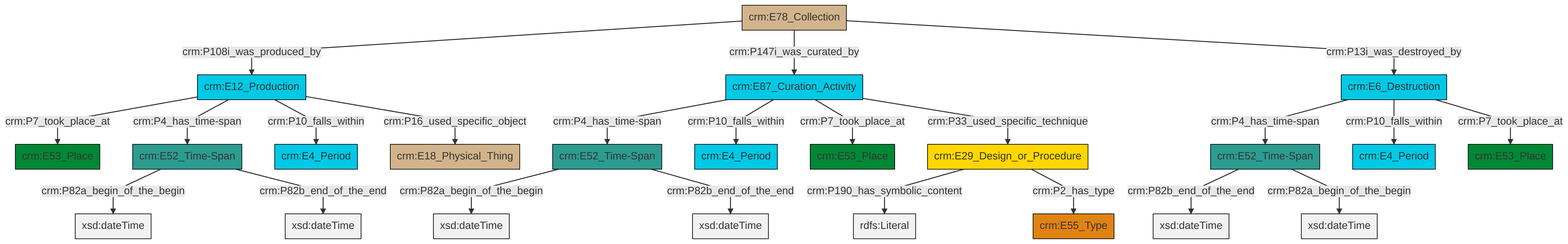
The Mermaid diagram et/archivalCSV/ttl/mmd/png/archival_existence.png in swiss-art-research-net/docs.swissartresearch, before a commit. Its source is kept beside it as et/archivalCSV/ttl/mmd/archival_existence.ttl.mmd.
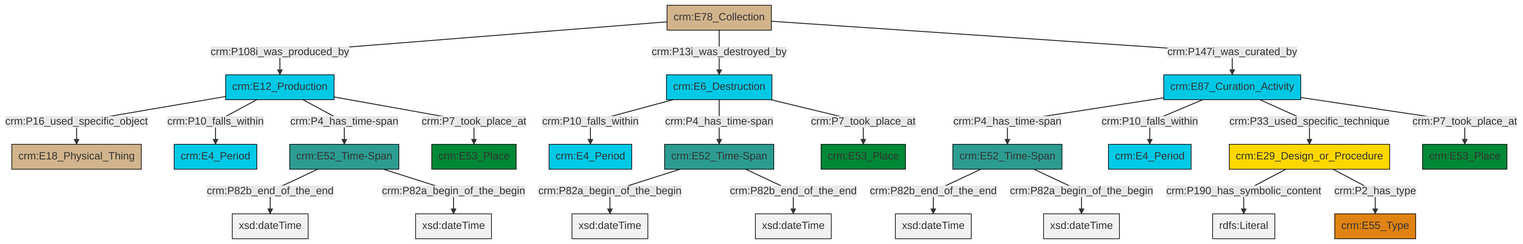
Above is the later version.

What changed in the source:
```diff
@@ -13,25 +13,25 @@
 classDef PC_Classes fill:#4ce600, stroke:#000000;
 classDef Multi fill:#cccccc,stroke:#000000;
 
-0["crm:E52_Time-Span"]:::Time-Span -->|crm:P82a_begin_of_the_begin| 1[xsd:dateTime]:::Literal
-2["crm:E52_Time-Span"]:::Time-Span -->|crm:P82a_begin_of_the_begin| 3[xsd:dateTime]:::Literal
-2["crm:E52_Time-Span"]:::Time-Span -->|crm:P82b_end_of_the_end| 4[xsd:dateTime]:::Literal
-5["crm:E29_Design_or_Procedure"]:::Conceptual_Object -->|crm:P190_has_symbolic_content| 11[rdfs:Literal]:::Literal
-15["crm:E52_Time-Span"]:::Time-Span -->|crm:P82b_end_of_the_end| 16[xsd:dateTime]:::Literal
-15["crm:E52_Time-Span"]:::Time-Span -->|crm:P82a_begin_of_the_begin| 17[xsd:dateTime]:::Literal
-12["crm:E12_Production"]:::Temporal_Entity -->|crm:P7_took_place_at| 20["crm:E53_Place"]:::Place
-18["crm:E78_Collection"]:::Physical_Thing -->|crm:P108i_was_produced_by| 12["crm:E12_Production"]:::Temporal_Entity
-22["crm:E6_Destruction"]:::Temporal_Entity -->|crm:P4_has_time-span| 15["crm:E52_Time-Span"]:::Time-Span
-12["crm:E12_Production"]:::Temporal_Entity -->|crm:P4_has_time-span| 2["crm:E52_Time-Span"]:::Time-Span
-12["crm:E12_Production"]:::Temporal_Entity -->|crm:P10_falls_within| 24["crm:E4_Period"]:::Temporal_Entity
-12["crm:E12_Production"]:::Temporal_Entity -->|crm:P16_used_specific_object| 29["crm:E18_Physical_Thing"]:::Physical_Thing
-22["crm:E6_Destruction"]:::Temporal_Entity -->|crm:P10_falls_within| 31["crm:E4_Period"]:::Temporal_Entity
-18["crm:E78_Collection"]:::Physical_Thing -->|crm:P147i_was_curated_by| 32["crm:E87_Curation_Activity"]:::Temporal_Entity
-5["crm:E29_Design_or_Procedure"]:::Conceptual_Object -->|crm:P2_has_type| 27["crm:E55_Type"]:::Type
-32["crm:E87_Curation_Activity"]:::Temporal_Entity -->|crm:P4_has_time-span| 0["crm:E52_Time-Span"]:::Time-Span
-32["crm:E87_Curation_Activity"]:::Temporal_Entity -->|crm:P10_falls_within| 34["crm:E4_Period"]:::Temporal_Entity
-32["crm:E87_Curation_Activity"]:::Temporal_Entity -->|crm:P7_took_place_at| 9["crm:E53_Place"]:::Place
-0["crm:E52_Time-Span"]:::Time-Span -->|crm:P82b_end_of_the_end| 36[xsd:dateTime]:::Literal
-32["crm:E87_Curation_Activity"]:::Temporal_Entity -->|crm:P33_used_specific_technique| 5["crm:E29_Design_or_Procedure"]:::Conceptual_Object
-18["crm:E78_Collection"]:::Physical_Thing -->|crm:P13i_was_destroyed_by| 22["crm:E6_Destruction"]:::Temporal_Entity
-22["crm:E6_Destruction"]:::Temporal_Entity -->|crm:P7_took_place_at| 7["crm:E53_Place"]:::Place
+0["crm:E78_Collection"]:::Physical_Thing -->|crm:P108i_was_produced_by| 1["crm:E12_Production"]:::Temporal_Entity
+1["crm:E12_Production"]:::Temporal_Entity -->|crm:P16_used_specific_object| 4["crm:E18_Physical_Thing"]:::Physical_Thing
+5["crm:E52_Time-Span"]:::Time-Span -->|crm:P82a_begin_of_the_begin| 6[xsd:dateTime]:::Literal
+7["crm:E52_Time-Span"]:::Time-Span -->|crm:P82b_end_of_the_end| 8[xsd:dateTime]:::Literal
+9["crm:E87_Curation_Activity"]:::Temporal_Entity -->|crm:P4_has_time-span| 7["crm:E52_Time-Span"]:::Time-Span
+1["crm:E12_Production"]:::Temporal_Entity -->|crm:P10_falls_within| 10["crm:E4_Period"]:::Temporal_Entity
+12["crm:E6_Destruction"]:::Temporal_Entity -->|crm:P10_falls_within| 13["crm:E4_Period"]:::Temporal_Entity
+9["crm:E87_Curation_Activity"]:::Temporal_Entity -->|crm:P10_falls_within| 17["crm:E4_Period"]:::Temporal_Entity
+12["crm:E6_Destruction"]:::Temporal_Entity -->|crm:P4_has_time-span| 5["crm:E52_Time-Span"]:::Time-Span
+0["crm:E78_Collection"]:::Physical_Thing -->|crm:P13i_was_destroyed_by| 12["crm:E6_Destruction"]:::Temporal_Entity
+19["crm:E29_Design_or_Procedure"]:::Conceptual_Object -->|crm:P190_has_symbolic_content| 24[rdfs:Literal]:::Literal
+0["crm:E78_Collection"]:::Physical_Thing -->|crm:P147i_was_curated_by| 9["crm:E87_Curation_Activity"]:::Temporal_Entity
+1["crm:E12_Production"]:::Temporal_Entity -->|crm:P4_has_time-span| 2["crm:E52_Time-Span"]:::Time-Span
+9["crm:E87_Curation_Activity"]:::Temporal_Entity -->|crm:P33_used_specific_technique| 19["crm:E29_Design_or_Procedure"]:::Conceptual_Object
+9["crm:E87_Curation_Activity"]:::Temporal_Entity -->|crm:P7_took_place_at| 14["crm:E53_Place"]:::Place
+1["crm:E12_Production"]:::Temporal_Entity -->|crm:P7_took_place_at| 21["crm:E53_Place"]:::Place
+12["crm:E6_Destruction"]:::Temporal_Entity -->|crm:P7_took_place_at| 31["crm:E53_Place"]:::Place
+7["crm:E52_Time-Span"]:::Time-Span -->|crm:P82a_begin_of_the_begin| 32[xsd:dateTime]:::Literal
+2["crm:E52_Time-Span"]:::Time-Span -->|crm:P82b_end_of_the_end| 33[xsd:dateTime]:::Literal
+5["crm:E52_Time-Span"]:::Time-Span -->|crm:P82b_end_of_the_end| 35[xsd:dateTime]:::Literal
+2["crm:E52_Time-Span"]:::Time-Span -->|crm:P82a_begin_of_the_begin| 36[xsd:dateTime]:::Literal
+19["crm:E29_Design_or_Procedure"]:::Conceptual_Object -->|crm:P2_has_type| 28["crm:E55_Type"]:::Type
```
